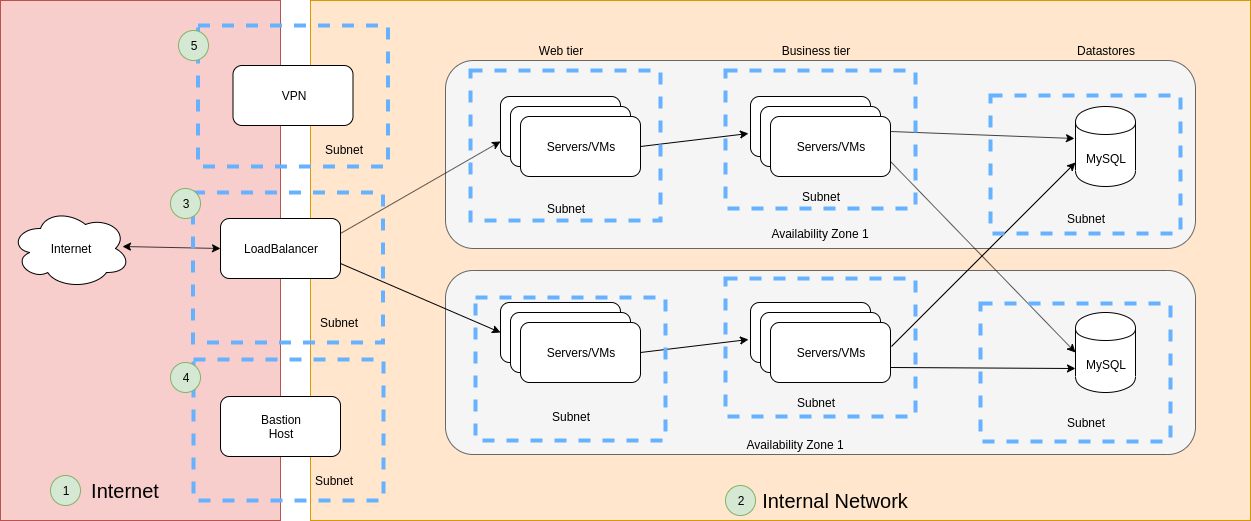
ManagedKube/kubernetes-ops keeps this draw.io diagram as docs/kubernetes-security/images/n-tier-application-architecture.png. Above is the earlier version. Source tidied: cells renumbered, new cells last; positions are measured from the earlier drawing's top-left corner, leaving out a move shared by most shapes.
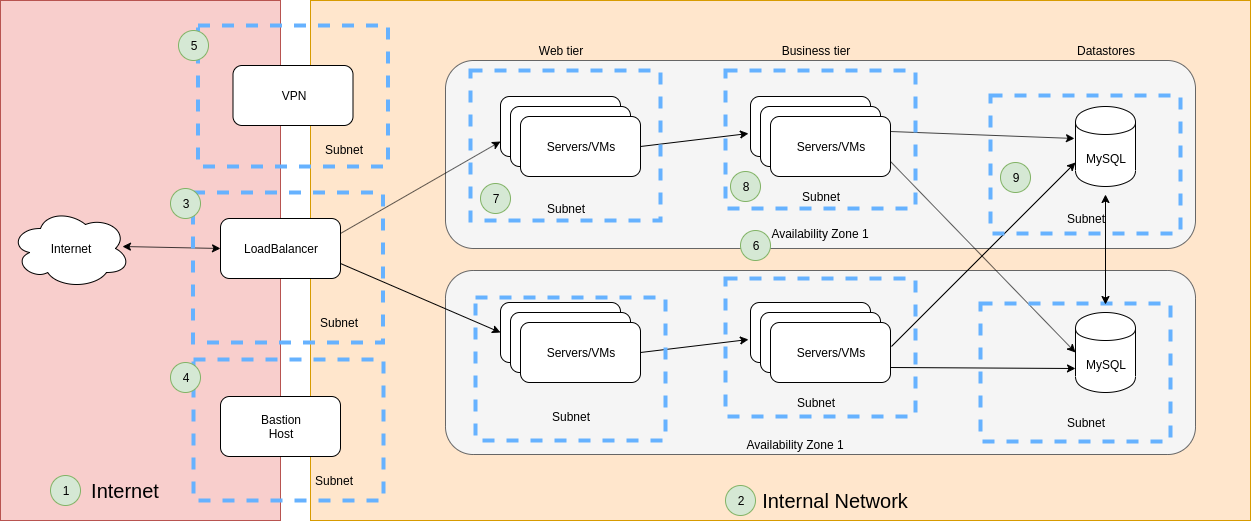
After the commit.

Commit message:
Updating n-tier arch

Diff of the diagram source:
```diff
@@ -185,5 +185,23 @@
     <mxCell id="62" value="2" style="ellipse;whiteSpace=wrap;html=1;strokeColor=#82b366;strokeWidth=1;fillColor=#d5e8d4;" parent="1" vertex="1">
       <mxGeometry x="725" y="485" width="30" height="30" as="geometry" />
     </mxCell>
+    <mxCell id="63" value="7" style="ellipse;whiteSpace=wrap;html=1;strokeColor=#82b366;strokeWidth=1;fillColor=#d5e8d4;" parent="1" vertex="1">
+      <mxGeometry x="480" y="183" width="30" height="30" as="geometry" />
+    </mxCell>
+    <mxCell id="64" value="8" style="ellipse;whiteSpace=wrap;html=1;strokeColor=#82b366;strokeWidth=1;fillColor=#d5e8d4;" parent="1" vertex="1">
+      <mxGeometry x="730" y="171" width="30" height="30" as="geometry" />
+    </mxCell>
+    <mxCell id="65" value="9" style="ellipse;whiteSpace=wrap;html=1;strokeColor=#82b366;strokeWidth=1;fillColor=#d5e8d4;" parent="1" vertex="1">
+      <mxGeometry x="1000" y="162" width="30" height="30" as="geometry" />
+    </mxCell>
+    <mxCell id="66" style="endArrow=classic;startArrow=classic;html=1;" parent="1" edge="1">
+      <mxGeometry relative="1" as="geometry">
+        <mxPoint x="1105" y="194" as="sourcePoint" />
+        <mxPoint x="1105" y="304" as="targetPoint" />
+      </mxGeometry>
+    </mxCell>
+    <mxCell id="67" value="6" style="ellipse;whiteSpace=wrap;html=1;strokeColor=#82b366;strokeWidth=1;fillColor=#d5e8d4;" parent="1" vertex="1">
+      <mxGeometry x="740" y="230" width="30" height="30" as="geometry" />
+    </mxCell>
   </root>
 </mxGraphModel>
```
